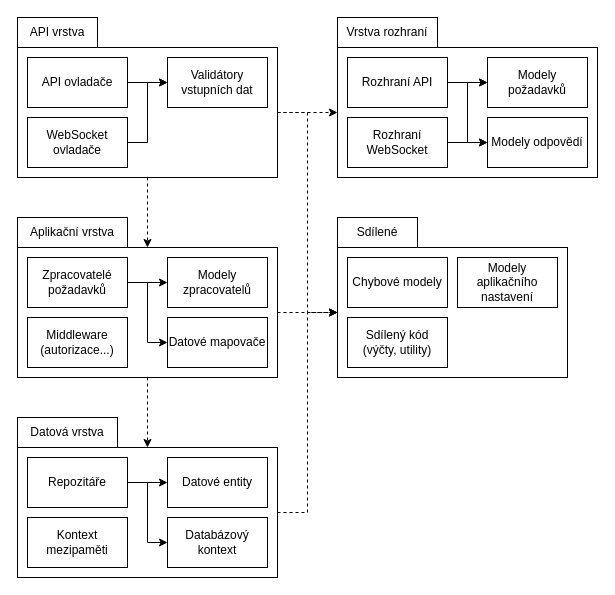
Before: doc/design/server_architecture.drawio in Revarin/dp24-milapp-perina, a draw.io diagram. Source tidied: cells renumbered, new cells numbered last; positions are measured from the earlier drawing's top-left corner, leaving out a move shared by most shapes. Both pictures are drawn from the tidied source at 100%, with x=0, y=0 at pixel (17, 17).
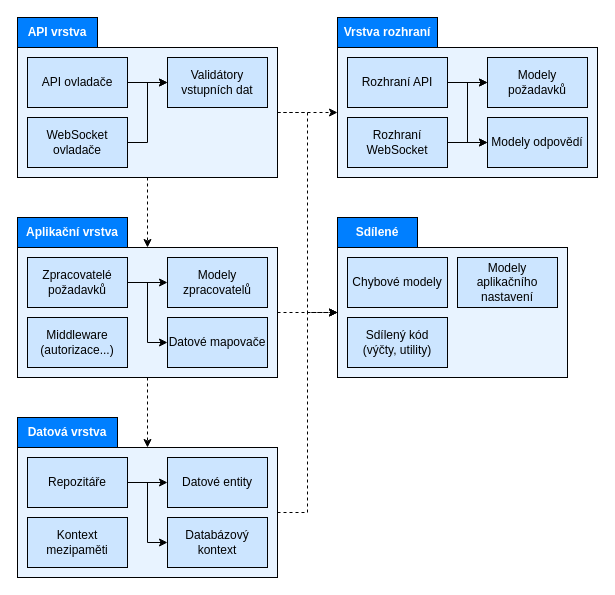
Above is the later version.

What changed in the source:
```diff
@@
-    <mxCell id="2" value="API vrstva" style="rounded=0;whiteSpace=wrap;html=1;" parent="1" vertex="1">
+    <mxCell id="2" value="API vrstva" style="rounded=0;whiteSpace=wrap;html=1;fillColor=#007FFF;fontStyle=1;fontColor=#FFFFFF;" parent="1" vertex="1">
       <mxGeometry width="80" height="30" as="geometry" />
     </mxCell>
@@
-    <mxCell id="6" style="rounded=0;whiteSpace=wrap;html=1;fillColor=none;" parent="1" vertex="1">
+    <mxCell id="6" style="rounded=0;whiteSpace=wrap;html=1;fillColor=#E8F3FF;" parent="1" vertex="1">
       <mxGeometry y="30" width="260" height="130" as="geometry" />
     </mxCell>
@@
-    <mxCell id="8" value="API ovladače" style="rounded=0;whiteSpace=wrap;html=1;" parent="1" vertex="1">
+    <mxCell id="8" value="API ovladače" style="rounded=0;whiteSpace=wrap;html=1;fillColor=#CCE5FF;" parent="1" vertex="1">
       <mxGeometry x="10" y="40" width="100" height="50" as="geometry" />
     </mxCell>
@@
-    <mxCell id="10" value="WebSocket ovladače" style="rounded=0;whiteSpace=wrap;html=1;" parent="1" vertex="1">
+    <mxCell id="10" value="WebSocket ovladače" style="rounded=0;whiteSpace=wrap;html=1;fillColor=#CCE5FF;" parent="1" vertex="1">
       <mxGeometry x="10" y="100" width="100" height="50" as="geometry" />
     </mxCell>
-    <mxCell id="11" value="Validátory vstupních dat" style="rounded=0;whiteSpace=wrap;html=1;" parent="1" vertex="1">
+    <mxCell id="11" value="Validátory vstupních dat" style="rounded=0;whiteSpace=wrap;html=1;fillColor=#CCE5FF;" parent="1" vertex="1">
       <mxGeometry x="150" y="40" width="100" height="50" as="geometry" />
     </mxCell>
-    <mxCell id="12" value="Aplikační vrstva" style="rounded=0;whiteSpace=wrap;html=1;" parent="1" vertex="1">
+    <mxCell id="12" value="Aplikační vrstva" style="rounded=0;whiteSpace=wrap;html=1;fillColor=#007FFF;fontStyle=1;fontColor=#FFFFFF;" parent="1" vertex="1">
       <mxGeometry y="200" width="110" height="30" as="geometry" />
     </mxCell>
@@
-    <mxCell id="15" style="rounded=0;whiteSpace=wrap;html=1;fillColor=none;" parent="1" vertex="1">
+    <mxCell id="15" style="rounded=0;whiteSpace=wrap;html=1;fillColor=#E8F3FF;" parent="1" vertex="1">
       <mxGeometry y="230" width="260" height="130" as="geometry" />
     </mxCell>
@@
-    <mxCell id="18" value="Zpracovatelé požadavků" style="rounded=0;whiteSpace=wrap;html=1;" parent="1" vertex="1">
+    <mxCell id="18" value="Zpracovatelé požadavků" style="rounded=0;whiteSpace=wrap;html=1;fillColor=#CCE5FF;" parent="1" vertex="1">
       <mxGeometry x="10" y="240" width="100" height="50" as="geometry" />
     </mxCell>
-    <mxCell id="19" value="Modely zpracovatelů" style="rounded=0;whiteSpace=wrap;html=1;" parent="1" vertex="1">
+    <mxCell id="19" value="Modely zpracovatelů" style="rounded=0;whiteSpace=wrap;html=1;fillColor=#CCE5FF;" parent="1" vertex="1">
       <mxGeometry x="150" y="240" width="100" height="50" as="geometry" />
     </mxCell>
-    <mxCell id="20" value="Datové mapovače" style="rounded=0;whiteSpace=wrap;html=1;" parent="1" vertex="1">
+    <mxCell id="20" value="Datové mapovače" style="rounded=0;whiteSpace=wrap;html=1;fillColor=#CCE5FF;" parent="1" vertex="1">
       <mxGeometry x="150" y="300" width="100" height="50" as="geometry" />
     </mxCell>
-    <mxCell id="21" value="Middleware&lt;br&gt;(autorizace...)" style="rounded=0;whiteSpace=wrap;html=1;" parent="1" vertex="1">
+    <mxCell id="21" value="Middleware&lt;br&gt;(autorizace...)" style="rounded=0;whiteSpace=wrap;html=1;fillColor=#CCE5FF;" parent="1" vertex="1">
       <mxGeometry x="10" y="300" width="100" height="50" as="geometry" />
     </mxCell>
-    <mxCell id="22" value="Datová vrstva" style="rounded=0;whiteSpace=wrap;html=1;" parent="1" vertex="1">
+    <mxCell id="22" value="Datová vrstva" style="rounded=0;whiteSpace=wrap;html=1;fillColor=#007FFF;fontStyle=1;fontColor=#FFFFFF;" parent="1" vertex="1">
       <mxGeometry y="400" width="100" height="30" as="geometry" />
     </mxCell>
@@
-    <mxCell id="24" style="rounded=0;whiteSpace=wrap;html=1;fillColor=none;" parent="1" vertex="1">
+    <mxCell id="24" style="rounded=0;whiteSpace=wrap;html=1;fillColor=#E8F3FF;" parent="1" vertex="1">
       <mxGeometry y="430" width="260" height="130" as="geometry" />
     </mxCell>
@@
-    <mxCell id="27" value="Repozitáře" style="rounded=0;whiteSpace=wrap;html=1;" parent="1" vertex="1">
+    <mxCell id="27" value="Repozitáře" style="rounded=0;whiteSpace=wrap;html=1;fillColor=#CCE5FF;" parent="1" vertex="1">
       <mxGeometry x="10" y="440" width="100" height="50" as="geometry" />
     </mxCell>
-    <mxCell id="28" value="Datové entity" style="rounded=0;whiteSpace=wrap;html=1;" parent="1" vertex="1">
+    <mxCell id="28" value="Datové entity" style="rounded=0;whiteSpace=wrap;html=1;fillColor=#CCE5FF;" parent="1" vertex="1">
       <mxGeometry x="150" y="440" width="100" height="50" as="geometry" />
     </mxCell>
-    <mxCell id="29" value="Databázový kontext" style="rounded=0;whiteSpace=wrap;html=1;" parent="1" vertex="1">
+    <mxCell id="29" value="Databázový kontext" style="rounded=0;whiteSpace=wrap;html=1;fillColor=#CCE5FF;" parent="1" vertex="1">
       <mxGeometry x="150" y="500" width="100" height="50" as="geometry" />
     </mxCell>
-    <mxCell id="30" value="Kontext mezipaměti" style="rounded=0;whiteSpace=wrap;html=1;" parent="1" vertex="1">
+    <mxCell id="30" value="Kontext mezipaměti" style="rounded=0;whiteSpace=wrap;html=1;fillColor=#CCE5FF;" parent="1" vertex="1">
       <mxGeometry x="10" y="500" width="100" height="50" as="geometry" />
     </mxCell>
-    <mxCell id="31" value="Vrstva rozhraní" style="rounded=0;whiteSpace=wrap;html=1;" parent="1" vertex="1">
+    <mxCell id="31" value="Vrstva rozhraní" style="rounded=0;whiteSpace=wrap;html=1;fillColor=#007FFF;fontStyle=1;fontColor=#FFFFFF;" parent="1" vertex="1">
       <mxGeometry x="320" width="100" height="30" as="geometry" />
     </mxCell>
-    <mxCell id="32" style="rounded=0;whiteSpace=wrap;html=1;fillColor=none;" parent="1" vertex="1">
+    <mxCell id="32" style="rounded=0;whiteSpace=wrap;html=1;fillColor=#E8F3FF;" parent="1" vertex="1">
       <mxGeometry x="320" y="30" width="260" height="130" as="geometry" />
     </mxCell>
@@
-    <mxCell id="35" value="Rozhraní API" style="rounded=0;whiteSpace=wrap;html=1;" parent="1" vertex="1">
+    <mxCell id="35" value="Rozhraní API" style="rounded=0;whiteSpace=wrap;html=1;fillColor=#CCE5FF;" parent="1" vertex="1">
       <mxGeometry x="330" y="40" width="100" height="50" as="geometry" />
     </mxCell>
@@
-    <mxCell id="38" value="Rozhraní WebSocket" style="rounded=0;whiteSpace=wrap;html=1;" parent="1" vertex="1">
+    <mxCell id="38" value="Rozhraní WebSocket" style="rounded=0;whiteSpace=wrap;html=1;fillColor=#CCE5FF;" parent="1" vertex="1">
       <mxGeometry x="330" y="100" width="100" height="50" as="geometry" />
     </mxCell>
-    <mxCell id="39" value="Modely požadavků" style="rounded=0;whiteSpace=wrap;html=1;" parent="1" vertex="1">
+    <mxCell id="39" value="Modely požadavků" style="rounded=0;whiteSpace=wrap;html=1;fillColor=#CCE5FF;" parent="1" vertex="1">
       <mxGeometry x="470" y="40" width="100" height="50" as="geometry" />
     </mxCell>
-    <mxCell id="40" value="Modely odpovědí" style="rounded=0;whiteSpace=wrap;html=1;" parent="1" vertex="1">
+    <mxCell id="40" value="Modely odpovědí" style="rounded=0;whiteSpace=wrap;html=1;fillColor=#CCE5FF;" parent="1" vertex="1">
       <mxGeometry x="470" y="100" width="100" height="50" as="geometry" />
     </mxCell>
-    <mxCell id="41" value="Sdílené" style="rounded=0;whiteSpace=wrap;html=1;" parent="1" vertex="1">
+    <mxCell id="41" value="Sdílené" style="rounded=0;whiteSpace=wrap;html=1;fillColor=#007FFF;fontStyle=1;fontColor=#FFFFFF;" parent="1" vertex="1">
       <mxGeometry x="320" y="200" width="80" height="30" as="geometry" />
     </mxCell>
-    <mxCell id="42" style="rounded=0;whiteSpace=wrap;html=1;fillColor=none;" parent="1" vertex="1">
+    <mxCell id="42" style="rounded=0;whiteSpace=wrap;html=1;fillColor=#E8F3FF;" parent="1" vertex="1">
       <mxGeometry x="320" y="230" width="230" height="130" as="geometry" />
     </mxCell>
-    <mxCell id="43" value="Chybové modely" style="rounded=0;whiteSpace=wrap;html=1;" parent="1" vertex="1">
+    <mxCell id="43" value="Chybové modely" style="rounded=0;whiteSpace=wrap;html=1;fillColor=#CCE5FF;" parent="1" vertex="1">
       <mxGeometry x="330" y="240" width="100" height="50" as="geometry" />
     </mxCell>
-    <mxCell id="44" value="Modely aplikačního nastavení" style="rounded=0;whiteSpace=wrap;html=1;" parent="1" vertex="1">
+    <mxCell id="44" value="Modely aplikačního nastavení" style="rounded=0;whiteSpace=wrap;html=1;fillColor=#CCE5FF;" parent="1" vertex="1">
       <mxGeometry x="440" y="240" width="100" height="50" as="geometry" />
     </mxCell>
-    <mxCell id="45" value="Sdílený kód (výčty, utility)" style="rounded=0;whiteSpace=wrap;html=1;" parent="1" vertex="1">
+    <mxCell id="45" value="Sdílený kód (výčty, utility)" style="rounded=0;whiteSpace=wrap;html=1;fillColor=#CCE5FF;" parent="1" vertex="1">
       <mxGeometry x="330" y="300" width="100" height="50" as="geometry" />
     </mxCell>
```
